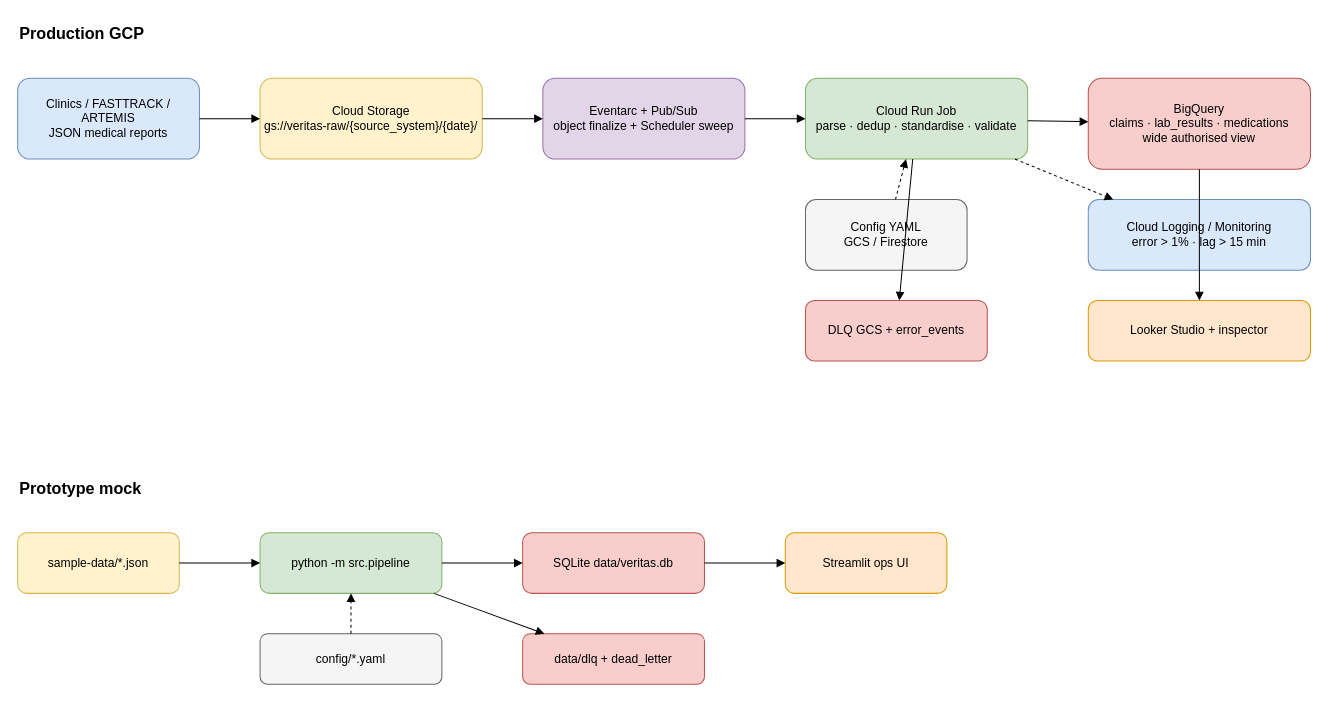
ArvindSagar65/Medical-Data-Standardisation keeps this draw.io diagram as docs/architecture.drawio. Above is the earlier version. Source tidied: cells renumbered, new cells numbered last; positions are measured from the earlier drawing's top-left corner, leaving out a move shared by most shapes. Both pictures are drawn from the tidied source at 101%, with x=0, y=0 at pixel (17, 17).
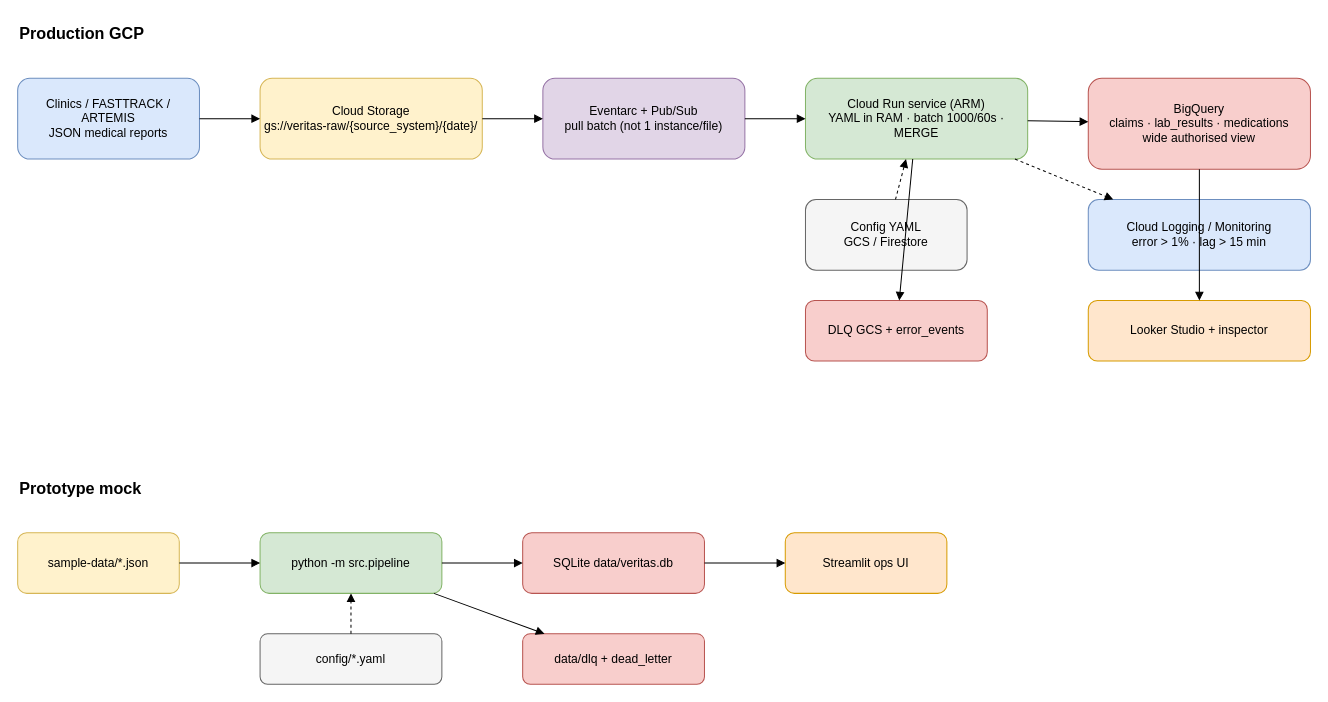
Above is the later version.

Commit message (it also covers changes not shown here):
Use a Cloud Run service with batched BigQuery MERGEs instead of a Job per file.

Change to the diagram source:
```diff
@@
-    <mxCell id="6" value="Eventarc + Pub/Sub&#10;object finalize + Scheduler sweep" style="rounded=1;whiteSpace=wrap;html=1;fillColor=#e1d5e7;strokeColor=#9673a6;" parent="1" vertex="1">
+    <mxCell id="6" value="Eventarc + Pub/Sub&#10;pull batch (not 1 instance/file)" style="rounded=1;whiteSpace=wrap;html=1;fillColor=#e1d5e7;strokeColor=#9673a6;" parent="1" vertex="1">
       <mxGeometry x="520" y="60" width="200" height="80" as="geometry" />
     </mxCell>
-    <mxCell id="7" value="Cloud Run Job&#10;parse · dedup · standardise · validate" style="rounded=1;whiteSpace=wrap;html=1;fillColor=#d5e8d4;strokeColor=#82b366;" parent="1" vertex="1">
+    <mxCell id="7" value="Cloud Run service (ARM)&#10;YAML in RAM · batch 1000/60s · MERGE" style="rounded=1;whiteSpace=wrap;html=1;fillColor=#d5e8d4;strokeColor=#82b366;" parent="1" vertex="1">
       <mxGeometry x="780" y="60" width="220" height="80" as="geometry" />
     </mxCell>
```
